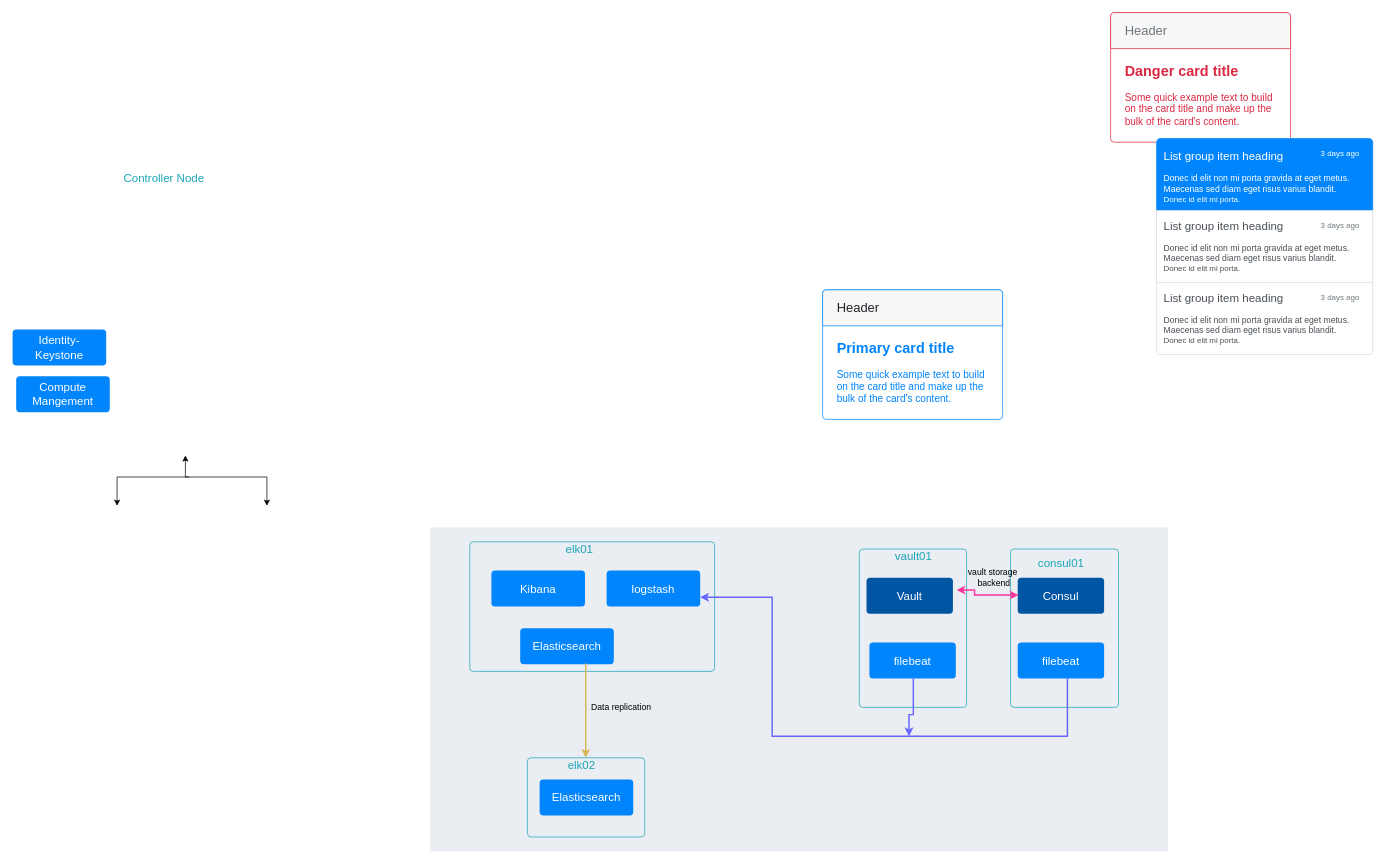
Earlier version of the draw.io diagram docs/netwokr.drawio (Jibinxavier/vault-elfk). Source tidied: cells renumbered, new cells numbered last; positions are measured from the earlier drawing's top-left corner, leaving out a move shared by most shapes. Both pictures are drawn from the tidied source at 72%, with x=0, y=0 at pixel (12, 12).
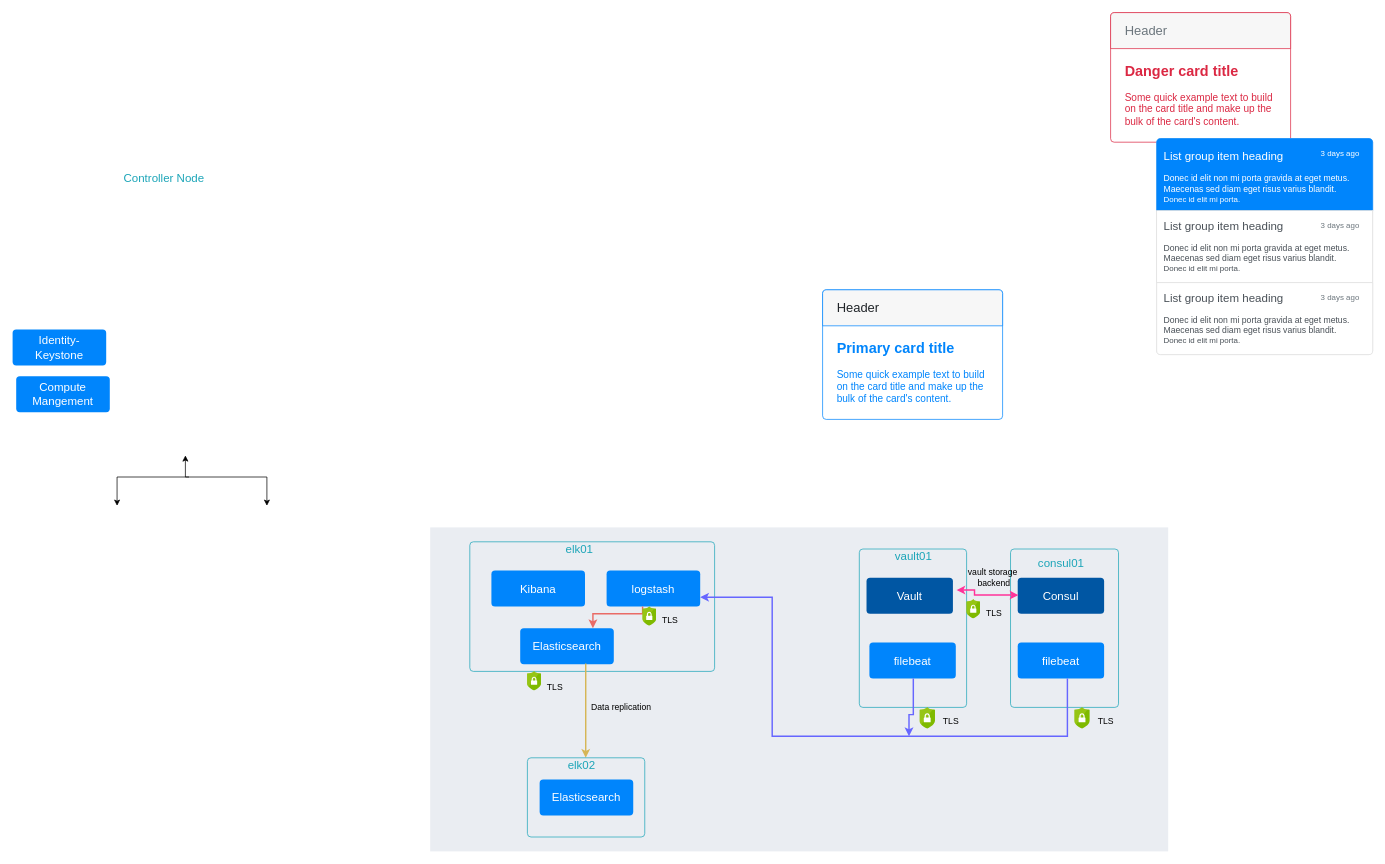
After the change.

The change refers to these unchanged cells:
```xml
<mxCell id="26" value="Elasticsearch" style="html=1;shadow=0;dashed=0;shape=mxgraph.bootstrap.rrect;rSize=5;strokeColor=none;strokeWidth=1;fillColor=#0085FC;fontColor=#FFFFFF;whiteSpace=wrap;align=center;verticalAlign=middle;spacingLeft=0;fontStyle=0;fontSize=16;spacing=5;" parent="1" vertex="1">
  <mxGeometry x="705" y="855" width="130" height="50" as="geometry" />
</mxCell>
```

Change to the diagram source:
```diff
@@
+    <mxCell id="42" style="group;" parent="1" vertex="1">
+      <mxGeometry x="1475" y="965" width="50" height="30" as="geometry" />
+    </mxCell>
+    <mxCell id="43" style="html=1;align=center;image;fontSize=12;image=img/lib/mscae/Security_Center.svg;" parent="42" vertex="1">
+      <mxGeometry width="21.6" height="30" as="geometry" />
+    </mxCell>
+    <mxCell id="44" value="TLS" style="text;html=1;align=center;verticalAlign=middle;strokeColor=none;" parent="42" vertex="1">
+      <mxGeometry x="23" y="9" width="40" height="20" as="geometry" />
+    </mxCell>
+    <mxCell id="45" style="group;" parent="1" vertex="1">
+      <mxGeometry x="1260" y="965" width="50" height="30" as="geometry" />
+    </mxCell>
+    <mxCell id="46" style="html=1;align=center;image;fontSize=12;image=img/lib/mscae/Security_Center.svg;" parent="45" vertex="1">
+      <mxGeometry width="21.6" height="30" as="geometry" />
+    </mxCell>
+    <mxCell id="47" value="TLS" style="text;html=1;align=center;verticalAlign=middle;strokeColor=none;" parent="45" vertex="1">
+      <mxGeometry x="23" y="9" width="40" height="20" as="geometry" />
+    </mxCell>
+    <mxCell id="48" style="group;" parent="1" vertex="1">
+      <mxGeometry x="715" y="915" width="40" height="40" as="geometry" />
+    </mxCell>
+    <mxCell id="49" style="html=1;align=center;image;fontSize=12;image=img/lib/mscae/Security_Center.svg;" parent="48" vertex="1">
+      <mxGeometry width="19.5" height="27" as="geometry" />
+    </mxCell>
+    <mxCell id="50" value="TLS" style="text;html=1;align=center;verticalAlign=middle;strokeColor=none;" parent="48" vertex="1">
+      <mxGeometry x="18.4" y="12" width="40" height="20" as="geometry" />
+    </mxCell>
+    <mxCell id="51" style="group;" parent="1" vertex="1">
+      <mxGeometry x="1325" y="815" width="40" height="30" as="geometry" />
+    </mxCell>
+    <mxCell id="52" style="html=1;align=center;image;fontSize=12;image=img/lib/mscae/Security_Center.svg;" parent="51" vertex="1">
+      <mxGeometry width="19.5" height="27" as="geometry" />
+    </mxCell>
+    <mxCell id="53" value="TLS" style="text;html=1;align=center;verticalAlign=middle;strokeColor=none;" parent="51" vertex="1">
+      <mxGeometry x="18.4" y="9" width="40" height="20" as="geometry" />
+    </mxCell>
+    <mxCell id="54" style="edgeStyle=orthogonalEdgeStyle;rounded=0;jettySize=auto;html=1;startArrow=classic;startFill=1;strokeWidth=2;fillColor=#fff2cc;endArrow=none;endFill=0;strokeColor=#EA6B66;" parent="1" edge="1" source="26">
+      <mxGeometry relative="1" as="geometry">
+        <mxPoint x="875" y="825" as="targetPoint" />
+        <Array as="points">
+          <mxPoint x="806" y="835" />
+          <mxPoint x="875" y="835" />
+        </Array>
+      </mxGeometry>
+    </mxCell>
+    <mxCell id="55" style="group;" parent="1" vertex="1">
+      <mxGeometry x="875" y="825" width="40" height="30" as="geometry" />
+    </mxCell>
+    <mxCell id="56" style="html=1;align=center;image;fontSize=12;image=img/lib/mscae/Security_Center.svg;" parent="55" vertex="1">
+      <mxGeometry width="19.5" height="27" as="geometry" />
+    </mxCell>
+    <mxCell id="57" value="TLS" style="text;html=1;align=center;verticalAlign=middle;strokeColor=none;" parent="55" vertex="1">
+      <mxGeometry x="18.4" y="9" width="40" height="20" as="geometry" />
+    </mxCell>
```
